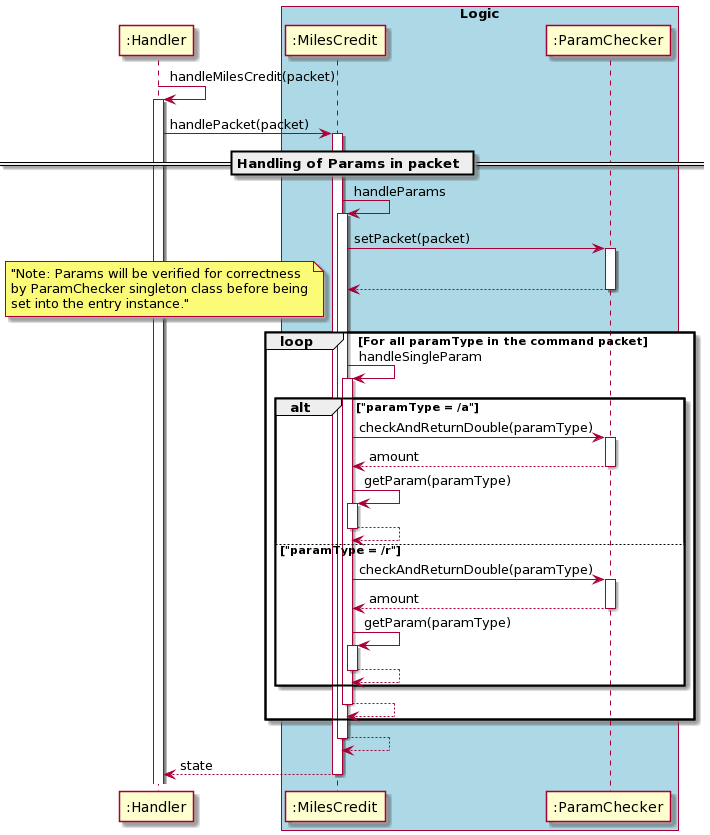
nus-cs2113-AY2021S1/tp keeps this PlantUML diagram as docs/uml_images/financetools/MilesCredit/MilesCreditSequenceDiagram(1).png. Above is the earlier version.
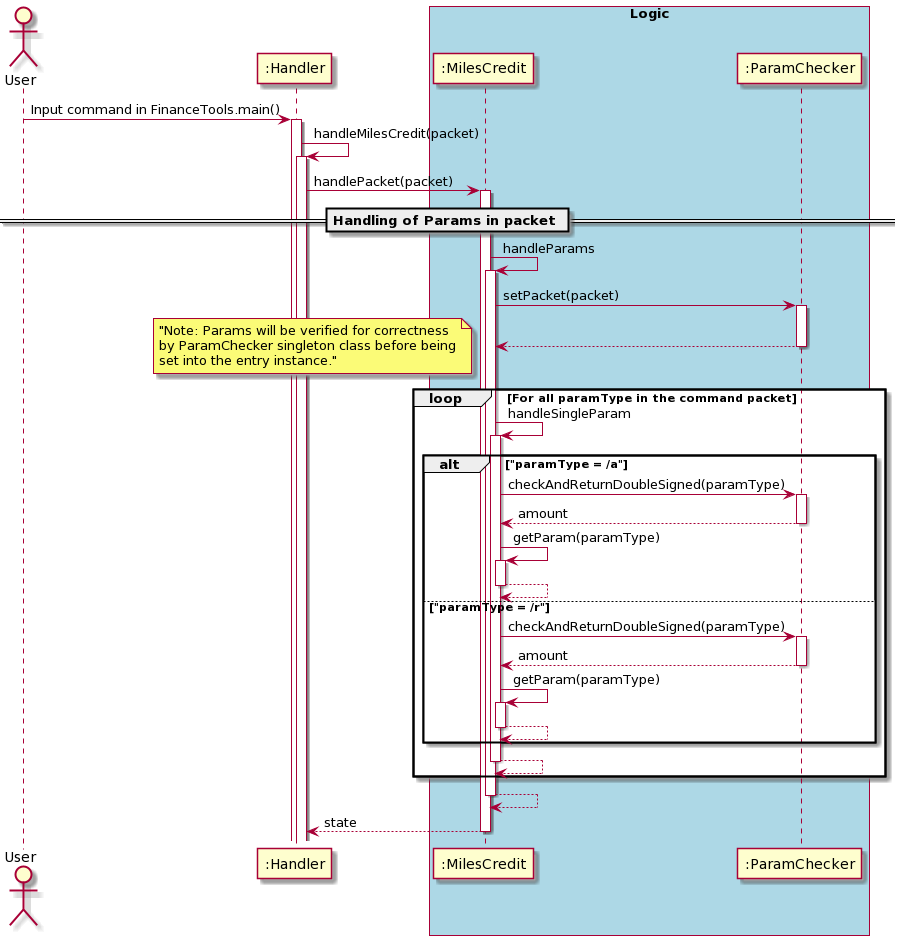
Later version of the same file.

Diff of the diagram source:
```diff
@@ -1,6 +1,8 @@
 @startuml
 autoactivate on
+actor User
 
+"User" -> ":Handler": Input command in FinanceTools.main()
 ":Handler" ->":Handler": handleMilesCredit(packet)
 
    ":Handler"-> ":MilesCredit" : handlePacket(packet)
@@ -13,12 +15,12 @@
                 note left: "Note: Params will be verified for correctness\nby ParamChecker singleton class before being\nset into the entry instance."
                 ":MilesCredit" -> ":MilesCredit" : handleSingleParam
                     alt "paramType = /a"
-                        ":MilesCredit" ->":ParamChecker": checkAndReturnDouble(paramType)
+                        ":MilesCredit" ->":ParamChecker": checkAndReturnDoubleSigned(paramType)
                         return amount
                         ":MilesCredit" -> ":MilesCredit" : getParam(paramType)
                         return
                     else "paramType = /r"
-                        ":MilesCredit" ->":ParamChecker": checkAndReturnDouble(paramType)
+                        ":MilesCredit" ->":ParamChecker": checkAndReturnDoubleSigned(paramType)
                         return amount
                         ":MilesCredit" -> ":MilesCredit" : getParam(paramType)
                         return
```
